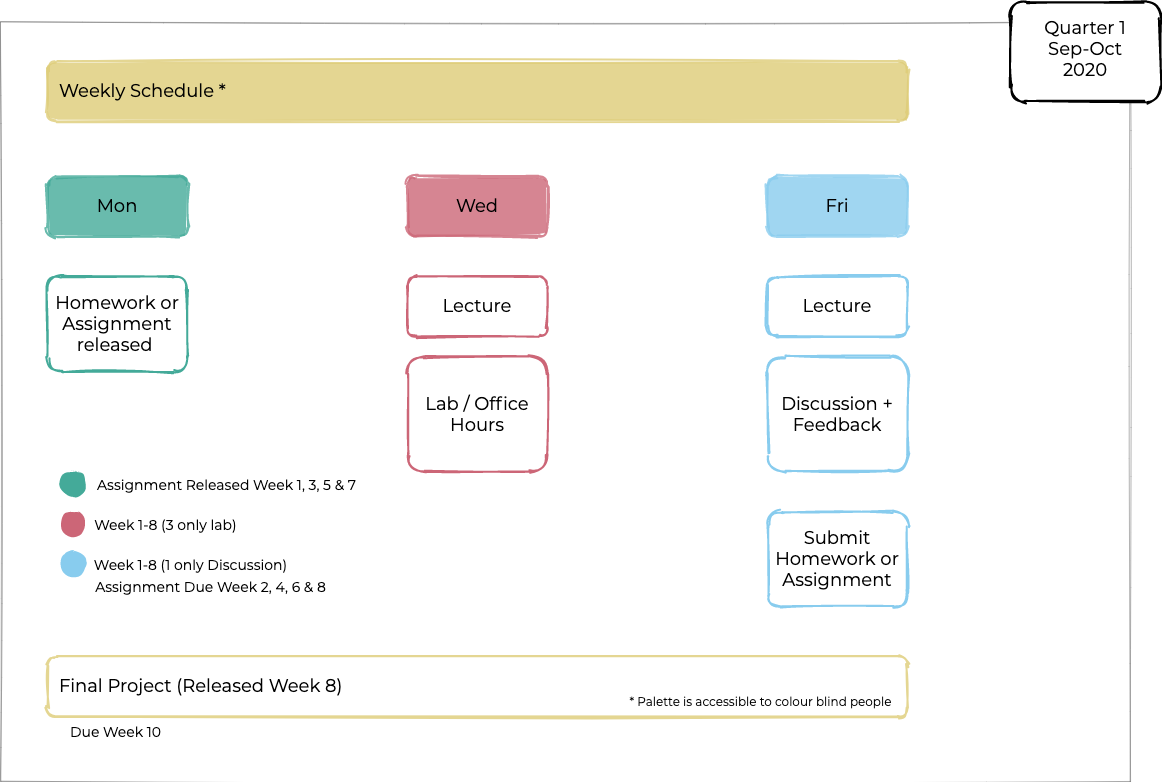
The draw.io diagram content/courses/epa1316-2020/resources/schedule.png in trivikverma/researchgroup, before a commit. Source tidied: cells renumbered, new cells last; positions are measured from the earlier drawing's top-left corner, leaving out a move shared by most shapes. Its diagram source:
```xml
<mxGraphModel background="#ffffff">
  <root>
    <mxCell id="0" />
    <mxCell id="1" parent="0" />
    <mxCell id="2" style="rounded=0;whiteSpace=wrap;html=1;shadow=0;glass=0;labelBackgroundColor=none;sketch=1;strokeWidth=1;fillColor=none;gradientColor=none;fontFamily=Montserrat;fontSize=14;fontColor=#000000;align=center;strokeColor=#666666;opacity=50;" parent="1" vertex="1">
      <mxGeometry y="20" width="1130" height="760" as="geometry" />
    </mxCell>
    <mxCell id="3" value="Mon" style="rounded=1;whiteSpace=wrap;html=1;strokeWidth=2;fillWeight=4;hachureGap=8;hachureAngle=45;sketch=1;fontSize=18;shadow=0;glass=0;fillStyle=solid;opacity=80;strokeColor=#44AA99;fillColor=#44AA99;fontFamily=Montserrat;FType=g;" parent="1" vertex="1">
      <mxGeometry x="47" y="175" width="140" height="60" as="geometry" />
    </mxCell>
    <mxCell id="4" value="Wed" style="rounded=1;whiteSpace=wrap;html=1;strokeWidth=2;fillWeight=4;hachureGap=8;hachureAngle=45;sketch=1;fontSize=18;fillStyle=solid;opacity=80;strokeColor=#CC6677;fillColor=#CC6677;fontFamily=Montserrat;FType=g;" parent="1" vertex="1">
      <mxGeometry x="407" y="175" width="140" height="60" as="geometry" />
    </mxCell>
    <mxCell id="5" value="Lab / Office Hours" style="rounded=1;whiteSpace=wrap;html=1;strokeWidth=2;fillWeight=4;hachureGap=8;hachureAngle=45;sketch=1;fontSize=18;fillStyle=solid;strokeColor=#CC6677;fontFamily=Montserrat;FType=g;fillColor=none;" parent="1" vertex="1">
      <mxGeometry x="407" y="355" width="140" height="115" as="geometry" />
    </mxCell>
    <mxCell id="6" value="Homework or Assignment released&amp;nbsp;" style="rounded=1;whiteSpace=wrap;html=1;strokeWidth=2;fillWeight=4;hachureGap=8;hachureAngle=45;sketch=1;fontSize=18;fillColor=none;strokeColor=#44AA99;fontFamily=Montserrat;FType=g;" parent="1" vertex="1">
      <mxGeometry x="47" y="275" width="140" height="95" as="geometry" />
    </mxCell>
    <mxCell id="7" value="Lecture" style="rounded=1;whiteSpace=wrap;html=1;strokeWidth=2;fillWeight=4;hachureGap=8;hachureAngle=45;sketch=1;fontSize=18;fillColor=none;strokeColor=#88CCEE;fontFamily=Montserrat;FType=g;" parent="1" vertex="1">
      <mxGeometry x="767" y="275" width="140" height="60" as="geometry" />
    </mxCell>
    <mxCell id="8" value="Fri" style="rounded=1;whiteSpace=wrap;html=1;strokeWidth=2;fillWeight=4;hachureGap=8;hachureAngle=45;sketch=1;fontSize=18;fillStyle=solid;opacity=80;strokeColor=#88CCEE;fillColor=#88CCEE;fontFamily=Montserrat;FType=g;" parent="1" vertex="1">
      <mxGeometry x="767" y="175" width="140" height="60" as="geometry" />
    </mxCell>
    <mxCell id="9" value="Lecture" style="rounded=1;whiteSpace=wrap;html=1;strokeWidth=2;fillWeight=4;hachureGap=8;hachureAngle=45;sketch=1;fontSize=18;fillStyle=solid;strokeColor=#CC6677;fontFamily=Montserrat;FType=g;fillColor=none;" parent="1" vertex="1">
      <mxGeometry x="407" y="275" width="140" height="60" as="geometry" />
    </mxCell>
    <mxCell id="10" value="Discussion + Feedback" style="rounded=1;whiteSpace=wrap;html=1;strokeWidth=2;fillWeight=4;hachureGap=8;hachureAngle=45;sketch=1;fontSize=18;fillStyle=solid;fillColor=none;strokeColor=#88CCEE;fontFamily=Montserrat;FType=g;" parent="1" vertex="1">
      <mxGeometry x="767" y="355" width="140" height="115" as="geometry" />
    </mxCell>
    <mxCell id="11" value="Weekly Schedule *&amp;nbsp;" style="rounded=1;whiteSpace=wrap;html=1;strokeWidth=2;fillWeight=4;hachureGap=8;hachureAngle=45;sketch=1;fontSize=18;shadow=0;glass=0;fillStyle=solid;strokeColor=#DDCC77;fillColor=#DDCC77;opacity=80;fontFamily=Montserrat;FType=g;align=left;labelBackgroundColor=none;labelBorderColor=none;spacingLeft=10;" parent="1" vertex="1">
      <mxGeometry x="47" y="60" width="860" height="60" as="geometry" />
    </mxCell>
    <mxCell id="12" value="Submit Homework or Assignment" style="rounded=1;whiteSpace=wrap;html=1;strokeWidth=2;fillWeight=4;hachureGap=8;hachureAngle=45;sketch=1;fontSize=18;fillStyle=solid;fillColor=none;strokeColor=#88CCEE;fontFamily=Montserrat;FType=g;" parent="1" vertex="1">
      <mxGeometry x="767" y="510" width="140" height="95" as="geometry" />
    </mxCell>
    <mxCell id="13" value="Week 1-8 (1 only Discussion)" style="text;html=1;align=center;verticalAlign=middle;fontSize=14;fontFamily=Montserrat;" parent="1" vertex="1">
      <mxGeometry x="85" y="552.5" width="210" height="20" as="geometry" />
    </mxCell>
    <mxCell id="14" value="Week 1-8 (3 only lab)" style="text;html=1;align=center;verticalAlign=middle;fontSize=14;fontFamily=Montserrat;" parent="1" vertex="1">
      <mxGeometry x="85" y="512.5" width="160" height="20" as="geometry" />
    </mxCell>
    <mxCell id="15" value="Assignment Due Week 2, 4, 6 &amp;amp; 8" style="text;html=1;align=center;verticalAlign=middle;fontSize=14;fontFamily=Montserrat;" parent="1" vertex="1">
      <mxGeometry x="85" y="575" width="250" height="20" as="geometry" />
    </mxCell>
    <mxCell id="16" value="Final Project (Released Week 8)&amp;nbsp;" style="rounded=1;whiteSpace=wrap;html=1;strokeWidth=2;fillWeight=4;hachureGap=8;hachureAngle=45;sketch=1;fontSize=18;shadow=0;glass=0;fillStyle=solid;strokeColor=#DDCC77;opacity=80;fontFamily=Montserrat;FType=g;align=left;labelBackgroundColor=none;labelBorderColor=none;spacingLeft=10;fillColor=none;" parent="1" vertex="1">
      <mxGeometry x="47" y="655" width="860" height="60" as="geometry" />
    </mxCell>
    <mxCell id="17" value="Due Week 10" style="text;html=1;align=center;verticalAlign=middle;fontSize=14;fontFamily=Montserrat;" parent="1" vertex="1">
      <mxGeometry x="60" y="720" width="110" height="20" as="geometry" />
    </mxCell>
    <mxCell id="18" value="* Palette is accessible to colour blind people" style="text;html=1;align=center;verticalAlign=middle;fontSize=12;fontFamily=Montserrat;" parent="1" vertex="1">
      <mxGeometry x="620" y="690" width="280" height="20" as="geometry" />
    </mxCell>
    <mxCell id="19" style="ellipse;shape=doubleEllipse;whiteSpace=wrap;html=1;shadow=0;glass=0;labelBackgroundColor=none;sketch=1;strokeWidth=5;gradientColor=none;fontFamily=Montserrat;fontSize=14;align=left;fillStyle=solid;strokeColor=none;fillColor=#44AA99;" parent="1" vertex="1">
      <mxGeometry x="60" y="470" width="25" height="25" as="geometry" />
    </mxCell>
    <mxCell id="20" style="ellipse;shape=doubleEllipse;whiteSpace=wrap;html=1;shadow=0;glass=0;labelBackgroundColor=none;sketch=1;strokeWidth=5;gradientColor=none;fontFamily=Montserrat;fontSize=14;align=left;fillStyle=solid;strokeColor=none;fillColor=#CC6677;" parent="1" vertex="1">
      <mxGeometry x="60" y="510" width="25" height="25" as="geometry" />
    </mxCell>
    <mxCell id="21" style="ellipse;shape=doubleEllipse;whiteSpace=wrap;html=1;shadow=0;glass=0;labelBackgroundColor=none;sketch=1;strokeWidth=5;gradientColor=none;fontFamily=Montserrat;fontSize=14;align=left;fillStyle=solid;strokeColor=none;fillColor=#88CCEE;" parent="1" vertex="1">
      <mxGeometry x="60" y="550" width="25" height="25" as="geometry" />
    </mxCell>
    <mxCell id="22" style="rounded=1;whiteSpace=wrap;html=1;strokeWidth=2;fillWeight=4;hachureGap=8;hachureAngle=45;sketch=1;shadow=0;glass=0;labelBackgroundColor=none;fontFamily=Montserrat;fontSize=14;fontColor=#000000;align=center;fillStyle=solid;fillColor=#FFFFFF;" parent="1" vertex="1">
      <mxGeometry x="1010" width="150" height="100" as="geometry" />
    </mxCell>
    <mxCell id="23" value="&lt;span style=&quot;font-family: &amp;#34;montserrat&amp;#34; ; font-size: 18px ; font-style: normal ; font-weight: 400 ; letter-spacing: normal ; text-indent: 0px ; text-transform: none ; word-spacing: 0px ; display: inline ; float: none&quot;&gt;Quarter 1 Sep-Oct 2020&lt;/span&gt;" style="text;whiteSpace=wrap;html=1;fontSize=14;fontFamily=Montserrat;labelBackgroundColor=none;align=center;" parent="1" vertex="1">
      <mxGeometry x="1025" y="10" width="120" height="80" as="geometry" />
    </mxCell>
    <mxCell id="24" value="Assignment Released Week 1, 3, 5 &amp;amp; 7" style="text;html=1;align=center;verticalAlign=middle;fontSize=14;fontFamily=Montserrat;" parent="1" vertex="1">
      <mxGeometry x="91" y="472.5" width="270" height="20" as="geometry" />
    </mxCell>
  </root>
</mxGraphModel>
```
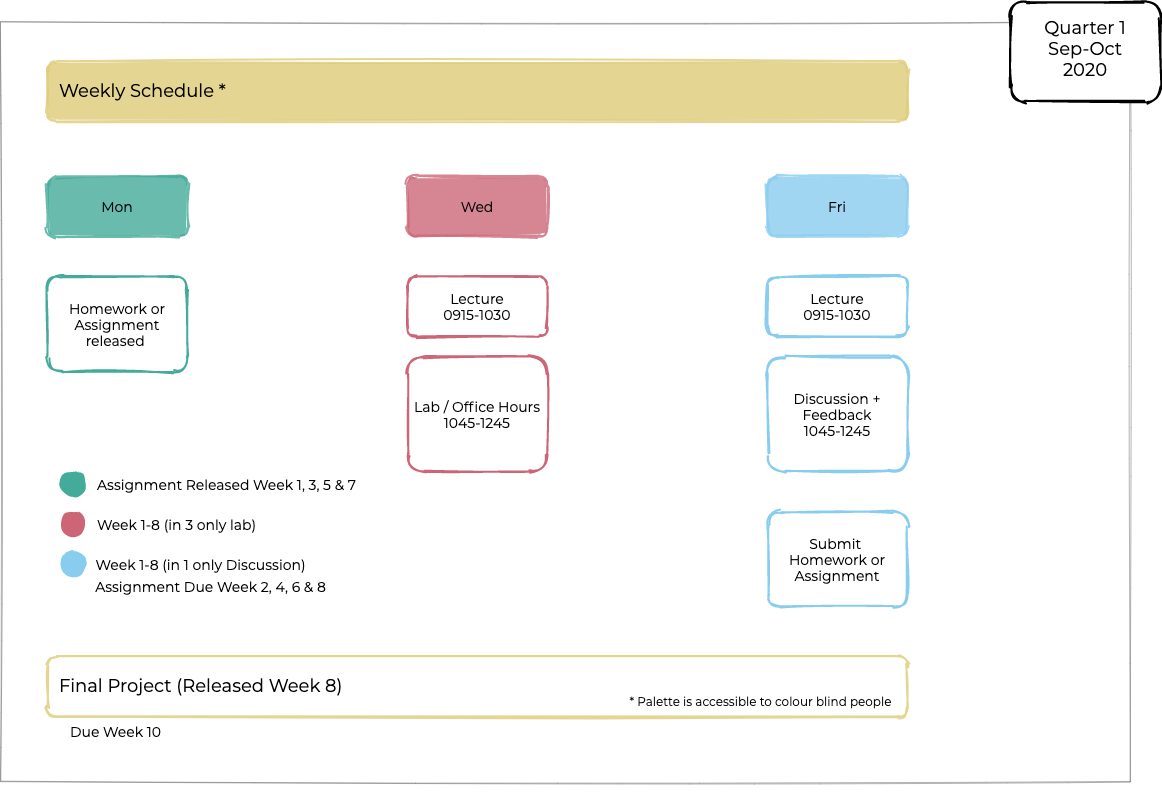
The same file after the commit.

Change to the diagram source:
```diff
@@ -5,41 +5,41 @@
     <mxCell id="2" style="rounded=0;whiteSpace=wrap;html=1;shadow=0;glass=0;labelBackgroundColor=none;sketch=1;strokeWidth=1;fillColor=none;gradientColor=none;fontFamily=Montserrat;fontSize=14;fontColor=#000000;align=center;strokeColor=#666666;opacity=50;" parent="1" vertex="1">
       <mxGeometry y="20" width="1130" height="760" as="geometry" />
     </mxCell>
-    <mxCell id="3" value="Mon" style="rounded=1;whiteSpace=wrap;html=1;strokeWidth=2;fillWeight=4;hachureGap=8;hachureAngle=45;sketch=1;fontSize=18;shadow=0;glass=0;fillStyle=solid;opacity=80;strokeColor=#44AA99;fillColor=#44AA99;fontFamily=Montserrat;FType=g;" parent="1" vertex="1">
+    <mxCell id="3" value="Mon" style="rounded=1;whiteSpace=wrap;html=1;strokeWidth=2;fillWeight=4;hachureGap=8;hachureAngle=45;sketch=1;fontSize=14;shadow=0;glass=0;fillStyle=solid;opacity=80;strokeColor=#44AA99;fillColor=#44AA99;fontFamily=Montserrat;FType=g;" parent="1" vertex="1">
       <mxGeometry x="47" y="175" width="140" height="60" as="geometry" />
     </mxCell>
-    <mxCell id="4" value="Wed" style="rounded=1;whiteSpace=wrap;html=1;strokeWidth=2;fillWeight=4;hachureGap=8;hachureAngle=45;sketch=1;fontSize=18;fillStyle=solid;opacity=80;strokeColor=#CC6677;fillColor=#CC6677;fontFamily=Montserrat;FType=g;" parent="1" vertex="1">
+    <mxCell id="4" value="Wed" style="rounded=1;whiteSpace=wrap;html=1;strokeWidth=2;fillWeight=4;hachureGap=8;hachureAngle=45;sketch=1;fontSize=14;fillStyle=solid;opacity=80;strokeColor=#CC6677;fillColor=#CC6677;fontFamily=Montserrat;FType=g;" parent="1" vertex="1">
       <mxGeometry x="407" y="175" width="140" height="60" as="geometry" />
     </mxCell>
-    <mxCell id="5" value="Lab / Office Hours" style="rounded=1;whiteSpace=wrap;html=1;strokeWidth=2;fillWeight=4;hachureGap=8;hachureAngle=45;sketch=1;fontSize=18;fillStyle=solid;strokeColor=#CC6677;fontFamily=Montserrat;FType=g;fillColor=none;" parent="1" vertex="1">
+    <mxCell id="5" value="Lab / Office Hours&lt;br style=&quot;font-size: 14px;&quot;&gt;1045-1245" style="rounded=1;whiteSpace=wrap;html=1;strokeWidth=2;fillWeight=4;hachureGap=8;hachureAngle=45;sketch=1;fontSize=14;fillStyle=solid;strokeColor=#CC6677;fontFamily=Montserrat;FType=g;fillColor=none;" parent="1" vertex="1">
       <mxGeometry x="407" y="355" width="140" height="115" as="geometry" />
     </mxCell>
-    <mxCell id="6" value="Homework or Assignment released&amp;nbsp;" style="rounded=1;whiteSpace=wrap;html=1;strokeWidth=2;fillWeight=4;hachureGap=8;hachureAngle=45;sketch=1;fontSize=18;fillColor=none;strokeColor=#44AA99;fontFamily=Montserrat;FType=g;" parent="1" vertex="1">
+    <mxCell id="6" value="Homework or Assignment released&amp;nbsp;" style="rounded=1;whiteSpace=wrap;html=1;strokeWidth=2;fillWeight=4;hachureGap=8;hachureAngle=45;sketch=1;fontSize=14;fillColor=none;strokeColor=#44AA99;fontFamily=Montserrat;FType=g;" parent="1" vertex="1">
       <mxGeometry x="47" y="275" width="140" height="95" as="geometry" />
     </mxCell>
-    <mxCell id="7" value="Lecture" style="rounded=1;whiteSpace=wrap;html=1;strokeWidth=2;fillWeight=4;hachureGap=8;hachureAngle=45;sketch=1;fontSize=18;fillColor=none;strokeColor=#88CCEE;fontFamily=Montserrat;FType=g;" parent="1" vertex="1">
+    <mxCell id="7" value="Lecture&lt;br style=&quot;font-size: 14px;&quot;&gt;0915-1030" style="rounded=1;whiteSpace=wrap;html=1;strokeWidth=2;fillWeight=4;hachureGap=8;hachureAngle=45;sketch=1;fontSize=14;fillColor=none;strokeColor=#88CCEE;fontFamily=Montserrat;FType=g;" parent="1" vertex="1">
       <mxGeometry x="767" y="275" width="140" height="60" as="geometry" />
     </mxCell>
-    <mxCell id="8" value="Fri" style="rounded=1;whiteSpace=wrap;html=1;strokeWidth=2;fillWeight=4;hachureGap=8;hachureAngle=45;sketch=1;fontSize=18;fillStyle=solid;opacity=80;strokeColor=#88CCEE;fillColor=#88CCEE;fontFamily=Montserrat;FType=g;" parent="1" vertex="1">
+    <mxCell id="8" value="Fri" style="rounded=1;whiteSpace=wrap;html=1;strokeWidth=2;fillWeight=4;hachureGap=8;hachureAngle=45;sketch=1;fontSize=14;fillStyle=solid;opacity=80;strokeColor=#88CCEE;fillColor=#88CCEE;fontFamily=Montserrat;FType=g;" parent="1" vertex="1">
       <mxGeometry x="767" y="175" width="140" height="60" as="geometry" />
     </mxCell>
-    <mxCell id="9" value="Lecture" style="rounded=1;whiteSpace=wrap;html=1;strokeWidth=2;fillWeight=4;hachureGap=8;hachureAngle=45;sketch=1;fontSize=18;fillStyle=solid;strokeColor=#CC6677;fontFamily=Montserrat;FType=g;fillColor=none;" parent="1" vertex="1">
+    <mxCell id="9" value="Lecture&lt;br style=&quot;font-size: 14px;&quot;&gt;0915-1030" style="rounded=1;whiteSpace=wrap;html=1;strokeWidth=2;fillWeight=4;hachureGap=8;hachureAngle=45;sketch=1;fontSize=14;fillStyle=solid;strokeColor=#CC6677;fontFamily=Montserrat;FType=g;fillColor=none;" parent="1" vertex="1">
       <mxGeometry x="407" y="275" width="140" height="60" as="geometry" />
     </mxCell>
-    <mxCell id="10" value="Discussion + Feedback" style="rounded=1;whiteSpace=wrap;html=1;strokeWidth=2;fillWeight=4;hachureGap=8;hachureAngle=45;sketch=1;fontSize=18;fillStyle=solid;fillColor=none;strokeColor=#88CCEE;fontFamily=Montserrat;FType=g;" parent="1" vertex="1">
+    <mxCell id="10" value="Discussion + Feedback&lt;br style=&quot;font-size: 14px;&quot;&gt;1045-1245" style="rounded=1;whiteSpace=wrap;html=1;strokeWidth=2;fillWeight=4;hachureGap=8;hachureAngle=45;sketch=1;fontSize=14;fillStyle=solid;fillColor=none;strokeColor=#88CCEE;fontFamily=Montserrat;FType=g;" parent="1" vertex="1">
       <mxGeometry x="767" y="355" width="140" height="115" as="geometry" />
     </mxCell>
     <mxCell id="11" value="Weekly Schedule *&amp;nbsp;" style="rounded=1;whiteSpace=wrap;html=1;strokeWidth=2;fillWeight=4;hachureGap=8;hachureAngle=45;sketch=1;fontSize=18;shadow=0;glass=0;fillStyle=solid;strokeColor=#DDCC77;fillColor=#DDCC77;opacity=80;fontFamily=Montserrat;FType=g;align=left;labelBackgroundColor=none;labelBorderColor=none;spacingLeft=10;" parent="1" vertex="1">
       <mxGeometry x="47" y="60" width="860" height="60" as="geometry" />
     </mxCell>
-    <mxCell id="12" value="Submit Homework or Assignment" style="rounded=1;whiteSpace=wrap;html=1;strokeWidth=2;fillWeight=4;hachureGap=8;hachureAngle=45;sketch=1;fontSize=18;fillStyle=solid;fillColor=none;strokeColor=#88CCEE;fontFamily=Montserrat;FType=g;" parent="1" vertex="1">
+    <mxCell id="12" value="Submit &lt;br&gt;Homework or Assignment" style="rounded=1;whiteSpace=wrap;html=1;strokeWidth=2;fillWeight=4;hachureGap=8;hachureAngle=45;sketch=1;fontSize=14;fillStyle=solid;fillColor=none;strokeColor=#88CCEE;fontFamily=Montserrat;FType=g;" parent="1" vertex="1">
       <mxGeometry x="767" y="510" width="140" height="95" as="geometry" />
     </mxCell>
-    <mxCell id="13" value="Week 1-8 (1 only Discussion)" style="text;html=1;align=center;verticalAlign=middle;fontSize=14;fontFamily=Montserrat;" parent="1" vertex="1">
-      <mxGeometry x="85" y="552.5" width="210" height="20" as="geometry" />
+    <mxCell id="13" value="Week 1-8 (in 1 only Discussion)" style="text;html=1;align=center;verticalAlign=middle;fontSize=14;fontFamily=Montserrat;" parent="1" vertex="1">
+      <mxGeometry x="85" y="552.5" width="230" height="20" as="geometry" />
     </mxCell>
-    <mxCell id="14" value="Week 1-8 (3 only lab)" style="text;html=1;align=center;verticalAlign=middle;fontSize=14;fontFamily=Montserrat;" parent="1" vertex="1">
-      <mxGeometry x="85" y="512.5" width="160" height="20" as="geometry" />
+    <mxCell id="14" value="Week 1-8 (in 3 only lab)" style="text;html=1;align=center;verticalAlign=middle;fontSize=14;fontFamily=Montserrat;" parent="1" vertex="1">
+      <mxGeometry x="91" y="512.5" width="170" height="20" as="geometry" />
     </mxCell>
     <mxCell id="15" value="Assignment Due Week 2, 4, 6 &amp;amp; 8" style="text;html=1;align=center;verticalAlign=middle;fontSize=14;fontFamily=Montserrat;" parent="1" vertex="1">
       <mxGeometry x="85" y="575" width="250" height="20" as="geometry" />
@@ -71,5 +71,11 @@
     <mxCell id="24" value="Assignment Released Week 1, 3, 5 &amp;amp; 7" style="text;html=1;align=center;verticalAlign=middle;fontSize=14;fontFamily=Montserrat;" parent="1" vertex="1">
       <mxGeometry x="91" y="472.5" width="270" height="20" as="geometry" />
     </mxCell>
+    <mxCell id="25" style="shape=link;html=1;strokeColor=none;" parent="1" edge="1">
+      <mxGeometry relative="1" as="geometry">
+        <mxPoint x="477" y="800" as="sourcePoint" />
+        <mxPoint x="577" y="800" as="targetPoint" />
+      </mxGeometry>
+    </mxCell>
   </root>
 </mxGraphModel>
```
